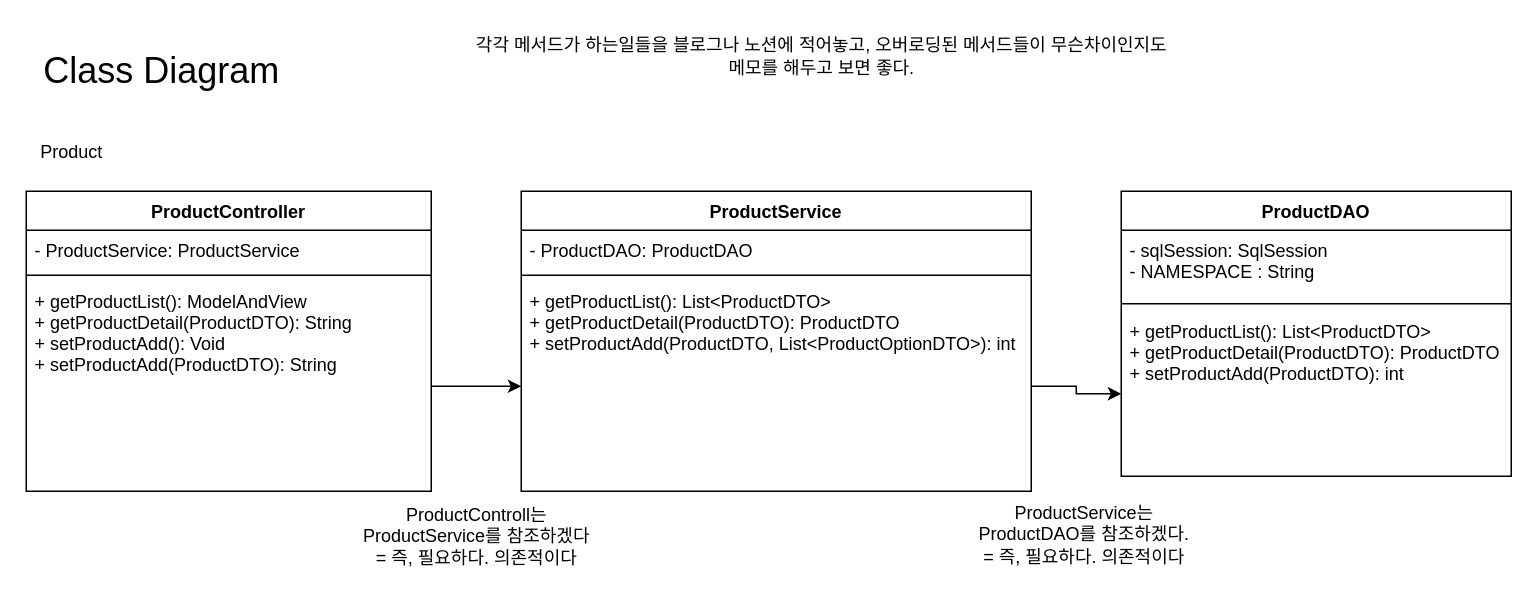
Above: page "Class Diagram - Product" (2 of 4) of Flow.drawio in YU3727/GDJ60_Spring (draw.io), before the change. Source tidied: cells renumbered, new cells numbered last; positions are measured from the earlier drawing's top-left corner, leaving out a move shared by most shapes. Both pictures are drawn from the tidied source at 150%, with x=0, y=0 at pixel (26, 26).
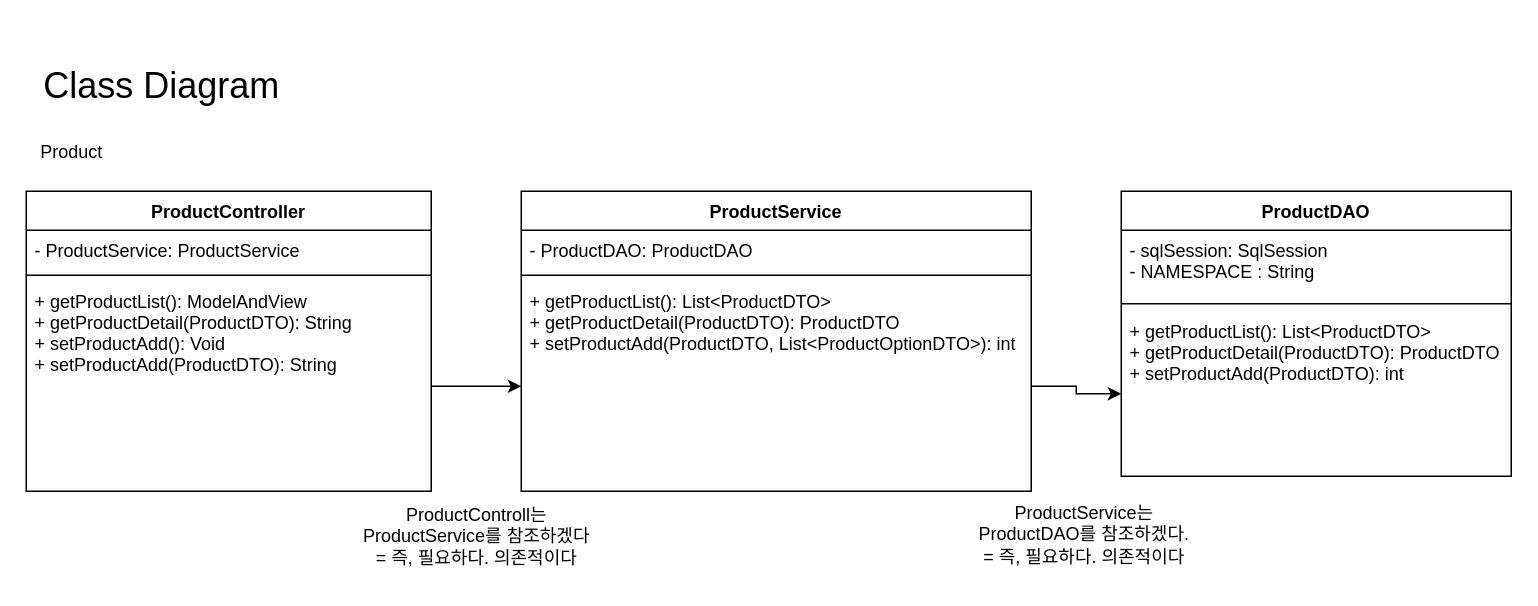
After the change.

Diff of the diagram source:
```diff
@@
     <mxCell id="6" value="&lt;font style=&quot;font-size: 24px;&quot;&gt;Class Diagram&lt;/font&gt;" style="text;html=1;align=center;verticalAlign=middle;strokeColor=none;fillColor=none;" parent="1" vertex="1">
-      <mxGeometry y="10" width="180" height="40" as="geometry" />
+      <mxGeometry y="20" width="180" height="40" as="geometry" />
     </mxCell>
@@
-    <mxCell id="16" value="각각 메서드가 하는일들을 블로그나 노션에 적어놓고, 오버로딩된 메서드들이 무슨차이인지도&lt;br&gt;메모를 해두고 보면 좋다." style="text;html=1;align=center;verticalAlign=middle;strokeColor=none;fillColor=none;fontSize=12;" parent="1" vertex="1">
-      <mxGeometry x="270" width="520" height="40" as="geometry" />
-    </mxCell>
```
